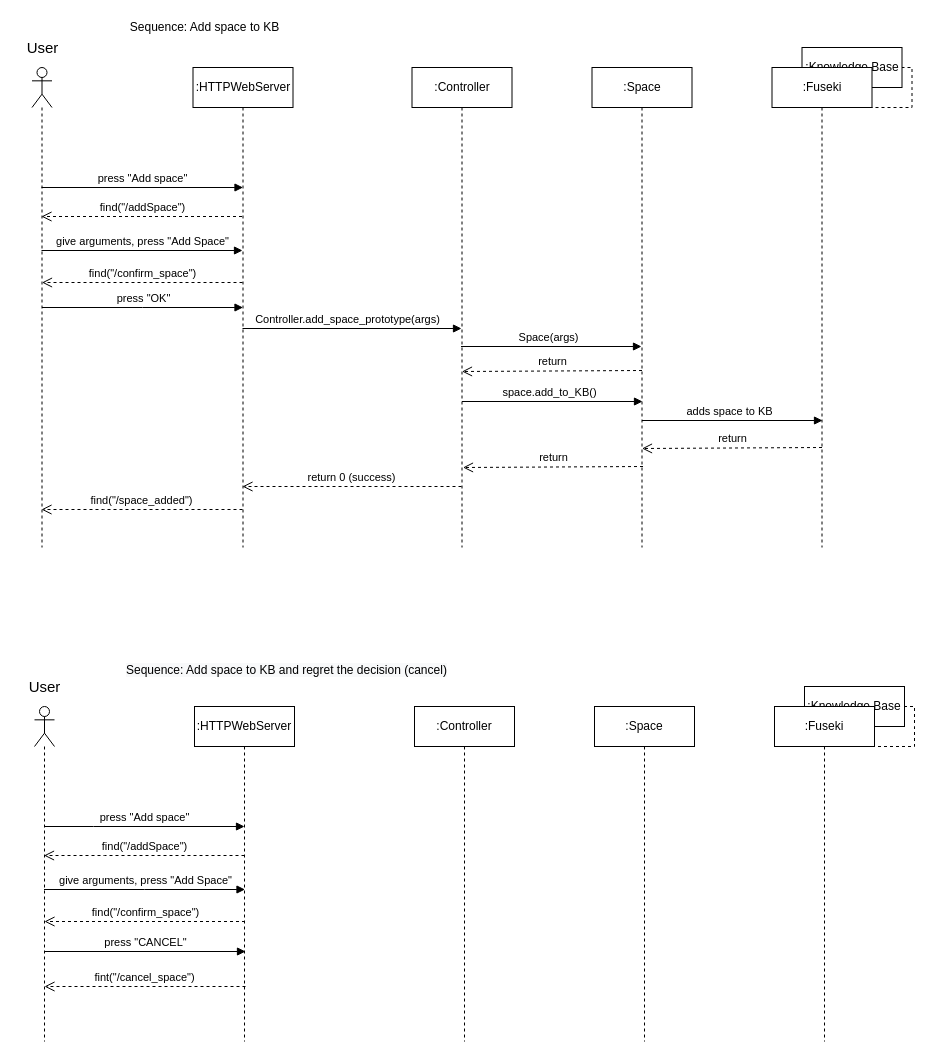
Above: page "SeqAddSpace" (4 of 9) of Diagrams/Diagrams.drawio in Hallvaeb/automation-p2-construction-knowledge-base (draw.io), before the change. Source tidied: cells renumbered, new cells numbered last; positions are measured from the earlier drawing's top-left corner, leaving out a move shared by most shapes. Both pictures are drawn from the tidied source at 100%, with x=0, y=0 at pixel (16, 17).
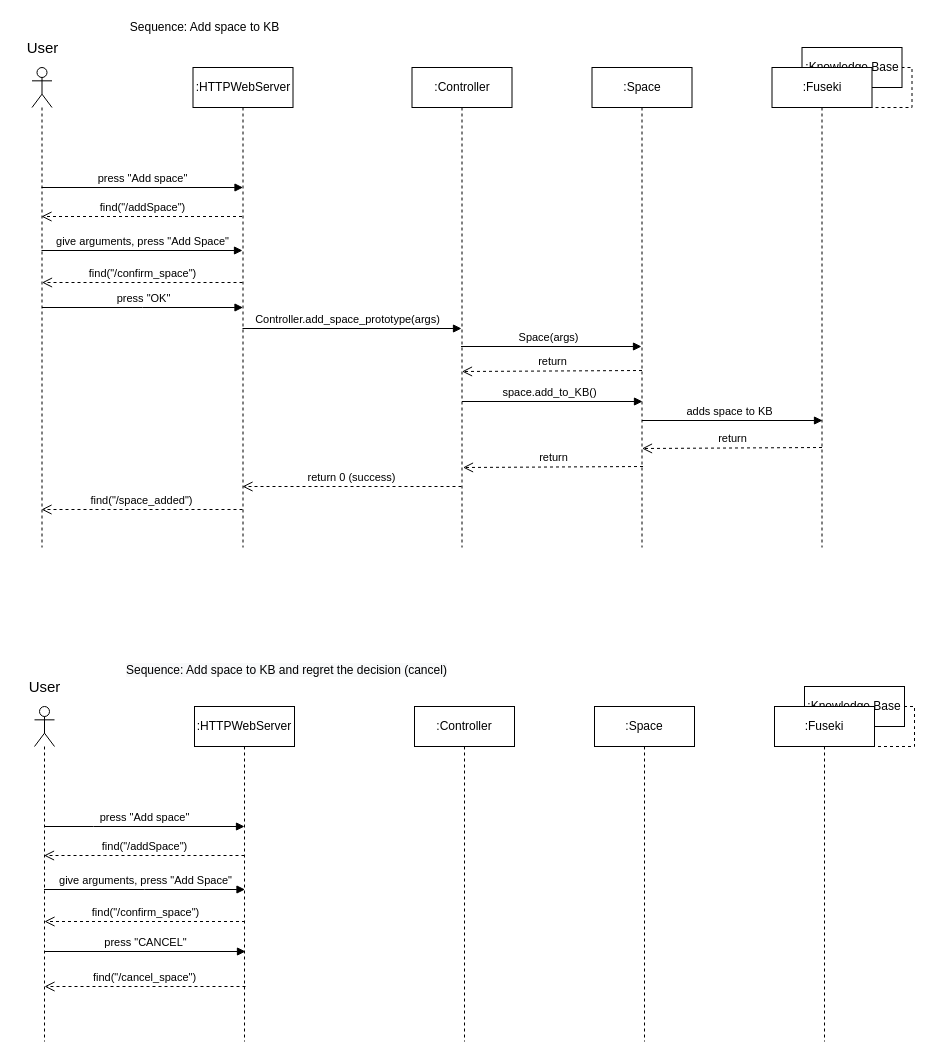
The same diagram, later.

The change refers to these unchanged cells:
```xml
<mxCell id="36" value=":Space" style="shape=umlLifeline;perimeter=lifelinePerimeter;whiteSpace=wrap;html=1;" parent="1" vertex="1">
  <mxGeometry x="578" y="689" width="100" height="335" as="geometry" />
</mxCell>
```

Change to the diagram source:
```diff
@@
-    <mxCell id="38" value="fint(&quot;/cancel_space&quot;)" style="html=1;verticalAlign=bottom;endArrow=open;dashed=1;endSize=8;rounded=0;" parent="36" edge="1">
+    <mxCell id="38" value="find(&quot;/cancel_space&quot;)" style="html=1;verticalAlign=bottom;endArrow=open;dashed=1;endSize=8;rounded=0;" parent="36" edge="1">
       <mxGeometry relative="1" as="geometry">
         <mxPoint x="-349" y="280" as="sourcePoint" />
         <mxPoint x="-550" y="280" as="targetPoint" />
         <Array as="points">
           <mxPoint x="-487.3" y="280" />
         </Array>
       </mxGeometry>
     </mxCell>
```
